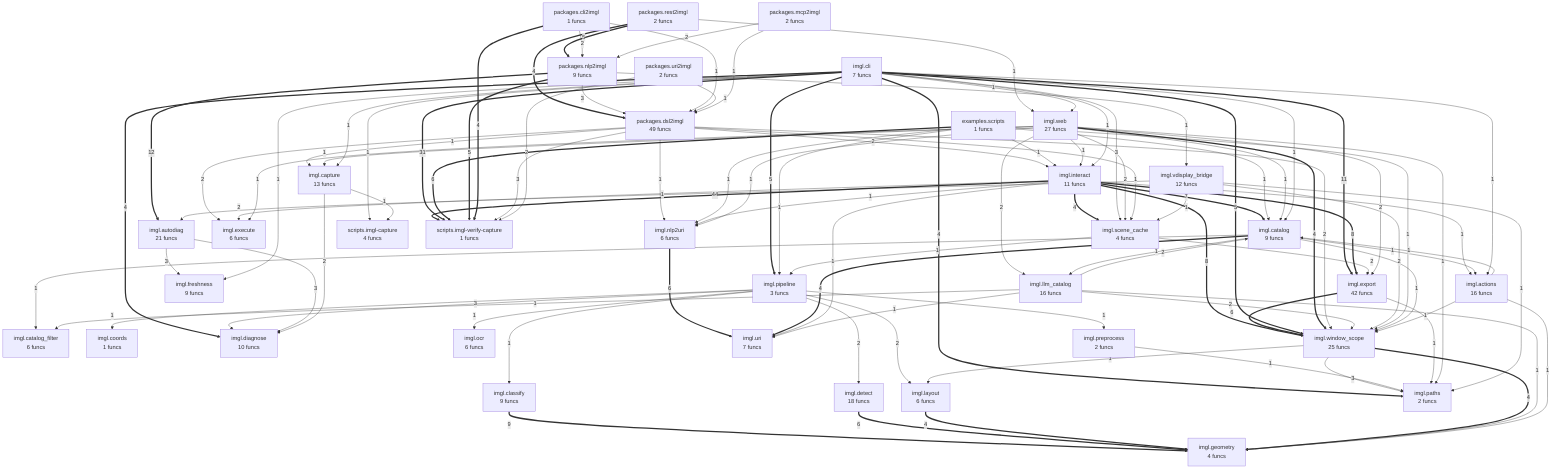
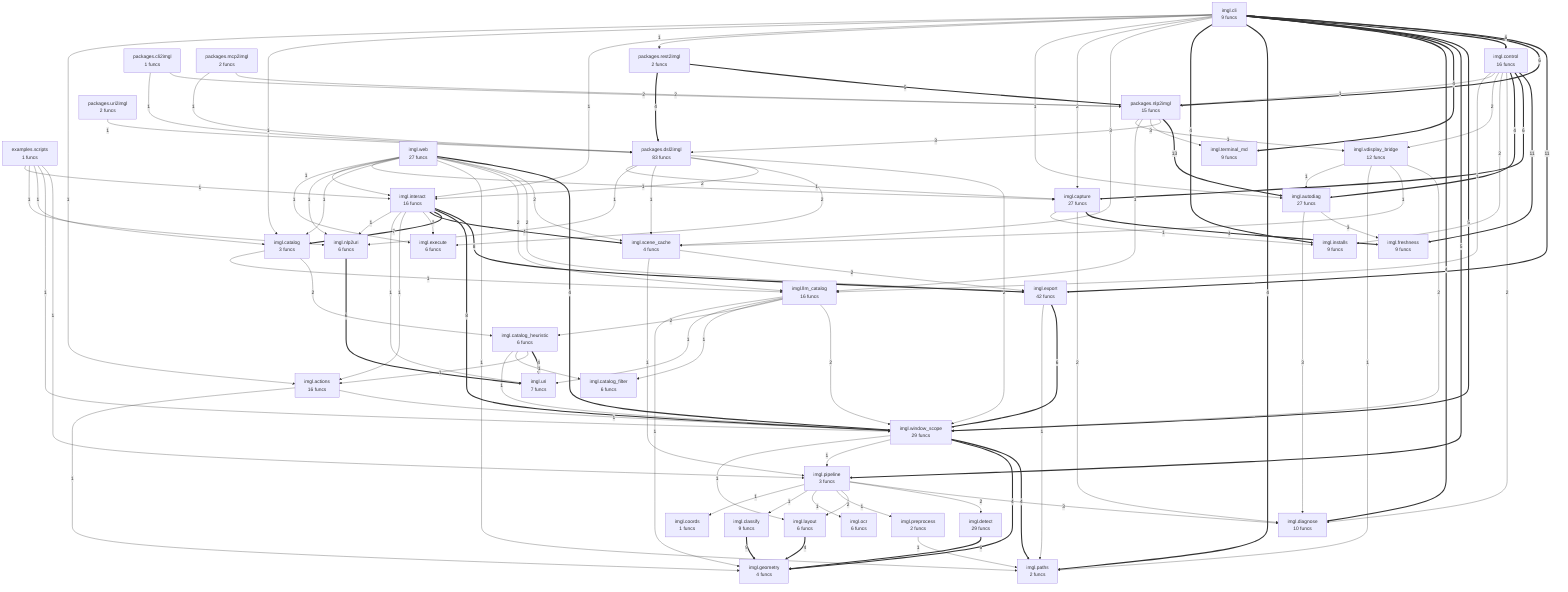
flowchart TD
- %% generated in 0.02s
+ %% generated in 0.03s
    examples__scripts["examples.scripts<br/>1 funcs"]
    imgl__actions["imgl.actions<br/>16 funcs"]
-     imgl__autodiag["imgl.autodiag<br/>21 funcs"]
-     imgl__capture["imgl.capture<br/>13 funcs"]
-     imgl__catalog["imgl.catalog<br/>9 funcs"]
+     imgl__autodiag["imgl.autodiag<br/>27 funcs"]
+     imgl__capture["imgl.capture<br/>27 funcs"]
+     imgl__catalog["imgl.catalog<br/>3 funcs"]
    imgl__catalog_filter["imgl.catalog_filter<br/>6 funcs"]
+     imgl__catalog_heuristic["imgl.catalog_heuristic<br/>6 funcs"]
    imgl__classify["imgl.classify<br/>9 funcs"]
-     imgl__cli["imgl.cli<br/>7 funcs"]
+     imgl__cli["imgl.cli<br/>9 funcs"]
+     imgl__control["imgl.control<br/>16 funcs"]
    imgl__coords["imgl.coords<br/>1 funcs"]
-     imgl__detect["imgl.detect<br/>18 funcs"]
+     imgl__detect["imgl.detect<br/>29 funcs"]
    imgl__diagnose["imgl.diagnose<br/>10 funcs"]
    imgl__execute["imgl.execute<br/>6 funcs"]
    imgl__export["imgl.export<br/>42 funcs"]
    imgl__freshness["imgl.freshness<br/>9 funcs"]
    imgl__geometry["imgl.geometry<br/>4 funcs"]
-     imgl__interact["imgl.interact<br/>11 funcs"]
+     imgl__installs["imgl.installs<br/>9 funcs"]
+     imgl__interact["imgl.interact<br/>16 funcs"]
    imgl__layout["imgl.layout<br/>6 funcs"]
    imgl__llm_catalog["imgl.llm_catalog<br/>16 funcs"]
    imgl__nlp2uri["imgl.nlp2uri<br/>6 funcs"]
    imgl__ocr["imgl.ocr<br/>6 funcs"]
    imgl__paths["imgl.paths<br/>2 funcs"]
    imgl__pipeline["imgl.pipeline<br/>3 funcs"]
    imgl__preprocess["imgl.preprocess<br/>2 funcs"]
    imgl__scene_cache["imgl.scene_cache<br/>4 funcs"]
+     imgl__terminal_md["imgl.terminal_md<br/>9 funcs"]
    imgl__uri["imgl.uri<br/>7 funcs"]
    imgl__vdisplay_bridge["imgl.vdisplay_bridge<br/>12 funcs"]
    imgl__web["imgl.web<br/>27 funcs"]
-     imgl__window_scope["imgl.window_scope<br/>25 funcs"]
+     imgl__window_scope["imgl.window_scope<br/>29 funcs"]
    packages__cli2imgl["packages.cli2imgl<br/>1 funcs"]
-     packages__dsl2imgl["packages.dsl2imgl<br/>49 funcs"]
+     packages__dsl2imgl["packages.dsl2imgl<br/>83 funcs"]
    packages__mcp2imgl["packages.mcp2imgl<br/>2 funcs"]
-     packages__nlp2imgl["packages.nlp2imgl<br/>9 funcs"]
+     packages__nlp2imgl["packages.nlp2imgl<br/>15 funcs"]
    packages__rest2imgl["packages.rest2imgl<br/>2 funcs"]
    packages__uri2imgl["packages.uri2imgl<br/>2 funcs"]
-     scripts__imgl_capture["scripts.imgl-capture<br/>4 funcs"]
-     scripts__imgl_verify_capture["scripts.imgl-verify-capture<br/>1 funcs"]
-     imgl__interact ==>|44| scripts__imgl_verify_capture
-     imgl__cli ==>|31| scripts__imgl_verify_capture
-     packages__nlp2imgl ==>|12| imgl__autodiag
+     packages__nlp2imgl ==>|13| imgl__autodiag
    imgl__cli ==>|11| imgl__export
+     imgl__control ==>|11| imgl__freshness
    imgl__classify ==>|9| imgl__geometry
    imgl__interact ==>|8| imgl__export
    imgl__interact ==>|8| imgl__window_scope
    imgl__interact ==>|7| imgl__catalog
-     examples__scripts ==>|6| scripts__imgl_verify_capture
    imgl__nlp2uri ==>|6| imgl__uri
    imgl__export ==>|6| imgl__window_scope
    imgl__detect ==>|6| imgl__geometry
+     imgl__cli ==>|6| packages__nlp2imgl
+     imgl__cli ==>|6| imgl__control
+     imgl__control ==>|6| imgl__capture
    packages__rest2imgl ==>|5| packages__nlp2imgl
-     packages__nlp2imgl ==>|5| scripts__imgl_verify_capture
    imgl__cli ==>|5| imgl__window_scope
    imgl__cli ==>|5| imgl__pipeline
-     packages__cli2imgl ==>|4| scripts__imgl_verify_capture
-     imgl__interact ==>|4| imgl__scene_cache
-     imgl__catalog ==>|4| imgl__uri
+     packages__rest2imgl ==>|4| packages__dsl2imgl
    imgl__layout ==>|4| imgl__geometry
    imgl__web ==>|4| imgl__window_scope
-     packages__rest2imgl ==>|4| packages__dsl2imgl
+     imgl__cli ==>|4| imgl__terminal_md
    imgl__cli ==>|4| imgl__diagnose
    imgl__cli ==>|4| imgl__paths
+     imgl__cli ==>|4| imgl__installs
+     imgl__interact ==>|4| imgl__scene_cache
+     imgl__capture ==>|4| imgl__freshness
+     imgl__window_scope ==>|4| imgl__paths
    imgl__window_scope ==>|4| imgl__geometry
-     packages__dsl2imgl -->|3| scripts__imgl_verify_capture
+     imgl__control ==>|4| imgl__autodiag
+     imgl__catalog_heuristic ==>|4| imgl__uri
    imgl__pipeline -->|3| imgl__diagnose
    packages__nlp2imgl -->|3| packages__dsl2imgl
+     packages__nlp2imgl -->|3| imgl__terminal_md
    imgl__autodiag -->|3| imgl__freshness
    imgl__autodiag -->|3| imgl__diagnose
    imgl__cli -->|3| imgl__scene_cache
-     imgl__window_scope -->|3| imgl__paths
    packages__cli2imgl -->|2| packages__nlp2imgl
-     packages__uri2imgl -->|2| scripts__imgl_verify_capture
    packages__mcp2imgl -->|2| packages__nlp2imgl
    packages__dsl2imgl -->|2| imgl__window_scope
    packages__dsl2imgl -->|2| imgl__interact
    packages__dsl2imgl -->|2| imgl__execute
    imgl__scene_cache -->|2| imgl__export
-     imgl__interact -->|2| imgl__execute
-     imgl__llm_catalog -->|2| imgl__window_scope
-     imgl__llm_catalog -->|2| imgl__catalog
    imgl__pipeline -->|2| imgl__detect
    imgl__pipeline -->|2| imgl__layout
    imgl__web -->|2| imgl__scene_cache
    imgl__web -->|2| imgl__export
    imgl__web -->|2| imgl__llm_catalog
+     imgl__cli -->|2| imgl__capture
+     imgl__interact -->|2| imgl__execute
+     imgl__catalog -->|2| imgl__catalog_heuristic
    imgl__capture -->|2| imgl__diagnose
+     imgl__llm_catalog -->|2| imgl__window_scope
+     imgl__llm_catalog -->|2| imgl__catalog_heuristic
+     imgl__control -->|2| imgl__diagnose
+     imgl__control -->|2| imgl__installs
+     imgl__control -->|2| imgl__vdisplay_bridge
    imgl__vdisplay_bridge -->|2| imgl__window_scope
-     packages__rest2imgl -->|1| imgl__web
    packages__cli2imgl -->|1| packages__dsl2imgl
    packages__uri2imgl -->|1| packages__dsl2imgl
    packages__mcp2imgl -->|1| packages__dsl2imgl
    packages__dsl2imgl -->|1| imgl__scene_cache
    packages__dsl2imgl -->|1| imgl__nlp2uri
    packages__dsl2imgl -->|1| imgl__capture
    examples__scripts -->|1| imgl__pipeline
    examples__scripts -->|1| imgl__window_scope
    examples__scripts -->|1| imgl__catalog
    examples__scripts -->|1| imgl__nlp2uri
    examples__scripts -->|1| imgl__interact
    imgl__scene_cache -->|1| imgl__pipeline
-     imgl__interact -->|1| imgl__actions
-     imgl__interact -->|1| imgl__nlp2uri
-     imgl__interact -->|1| imgl__uri
-     imgl__catalog -->|1| imgl__actions
-     imgl__catalog -->|1| imgl__llm_catalog
-     imgl__catalog -->|1| imgl__catalog_filter
-     imgl__catalog -->|1| imgl__window_scope
+     imgl__actions -->|1| imgl__window_scope
+     imgl__actions -->|1| imgl__geometry
    imgl__preprocess -->|1| imgl__paths
-     imgl__llm_catalog -->|1| imgl__catalog_filter
-     imgl__llm_catalog -->|1| imgl__uri
-     imgl__llm_catalog -->|1| imgl__geometry
    imgl__pipeline -->|1| imgl__preprocess
    imgl__pipeline -->|1| imgl__ocr
    imgl__pipeline -->|1| imgl__classify
    imgl__pipeline -->|1| imgl__coords
    imgl__export -->|1| imgl__paths
    imgl__web -->|1| imgl__paths
    imgl__web -->|1| imgl__catalog
    imgl__web -->|1| imgl__capture
    imgl__web -->|1| imgl__nlp2uri
    imgl__web -->|1| imgl__interact
    imgl__web -->|1| imgl__execute
+     packages__nlp2imgl -->|1| imgl__llm_catalog
    packages__nlp2imgl -->|1| imgl__vdisplay_bridge
-     imgl__cli -->|1| imgl__web
+     imgl__cli -->|1| imgl__autodiag
+     imgl__cli -->|1| packages__rest2imgl
    imgl__cli -->|1| imgl__interact
-     imgl__cli -->|1| scripts__imgl_capture
-     imgl__cli -->|1| imgl__capture
-     imgl__cli -->|1| imgl__freshness
    imgl__cli -->|1| imgl__catalog
    imgl__cli -->|1| imgl__actions
-     imgl__actions -->|1| imgl__catalog
-     imgl__actions -->|1| imgl__window_scope
-     imgl__actions -->|1| imgl__geometry
-     imgl__capture -->|1| scripts__imgl_capture
+     imgl__interact -->|1| imgl__actions
+     imgl__interact -->|1| imgl__uri
+     imgl__interact -->|1| imgl__nlp2uri
+     imgl__catalog -->|1| imgl__llm_catalog
+     imgl__capture -->|1| imgl__installs
+     imgl__llm_catalog -->|1| imgl__catalog_filter
+     imgl__llm_catalog -->|1| imgl__uri
+     imgl__llm_catalog -->|1| imgl__geometry
+     imgl__window_scope -->|1| imgl__pipeline
    imgl__window_scope -->|1| imgl__layout
+     imgl__control -->|1| packages__nlp2imgl
+     imgl__control -->|1| imgl__llm_catalog
    imgl__vdisplay_bridge -->|1| imgl__scene_cache
    imgl__vdisplay_bridge -->|1| imgl__paths
    imgl__vdisplay_bridge -->|1| imgl__autodiag
+     imgl__catalog_heuristic -->|1| imgl__actions
+     imgl__catalog_heuristic -->|1| imgl__catalog_filter
+     imgl__catalog_heuristic -->|1| imgl__window_scope
